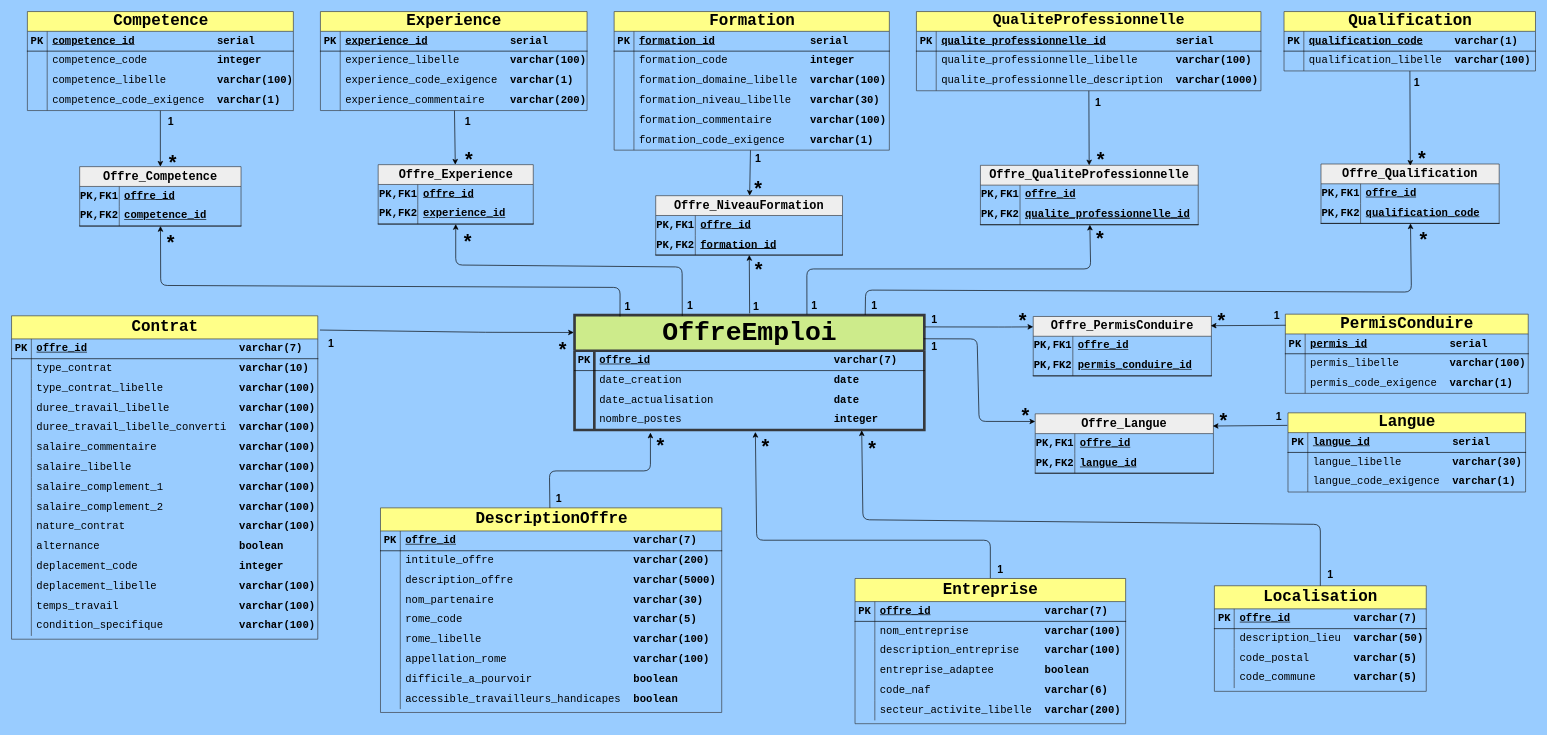
The draw.io diagram load_sql/France_Travail/UML_francetravail.drawio in vimchun/Job-Market-in-France, before the edit. Source tidied: cells renumbered, new cells numbered last; positions are measured from the earlier drawing's top-left corner, leaving out a move shared by most shapes. Both pictures are drawn from the tidied source at 66%, with x=0, y=0 at pixel (11, 11).
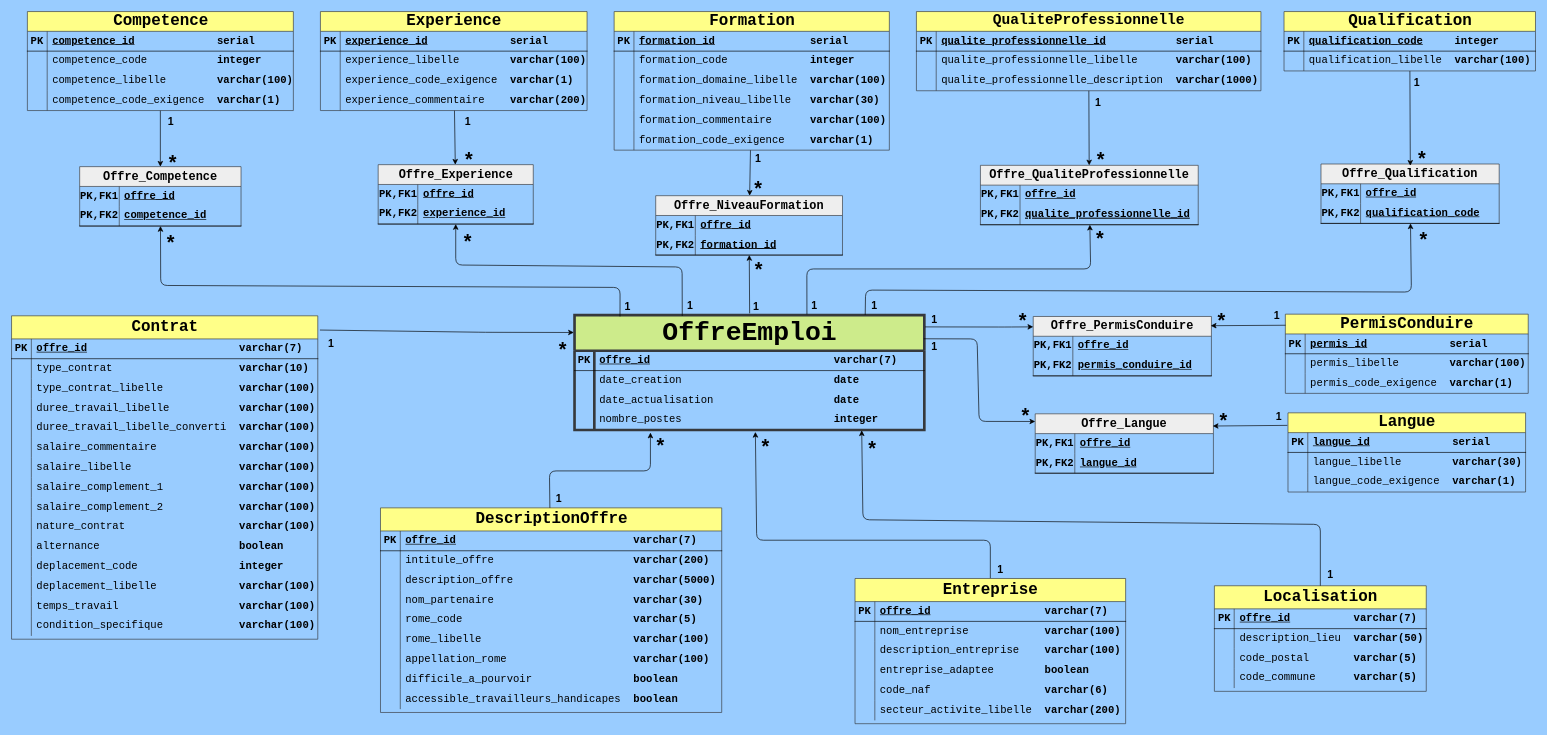
The same diagram, later.

Unchanged cells that the change refers to:
```xml
<mxCell id="97" style="shape=tableRow;horizontal=0;startSize=0;swimlaneHead=0;swimlaneBody=0;fillColor=none;top=0;left=0;right=0;bottom=1;rounded=0;fontFamily=Courier New;fontSize=16;strokeColor=#000000;" parent="96" vertex="1">
  <mxGeometry y="30" width="381" height="30" as="geometry" />
</mxCell>
```

The edit, as a diff of the source:
```diff
@@
-    <mxCell id="99" value="&lt;b&gt;&lt;u&gt;qualification_code&lt;/u&gt;&lt;/b&gt;&lt;span style=&quot;font-weight: 400;&quot;&gt;&amp;nbsp; &amp;nbsp; &amp;nbsp;&lt;/span&gt;&lt;b&gt;varchar(1)&lt;/b&gt;" style="shape=partialRectangle;fillColor=none;top=0;left=0;bottom=0;right=0;align=left;spacingLeft=6;fontStyle=1;overflow=hidden;whiteSpace=wrap;html=1;rounded=0;fontFamily=Courier New;fontSize=16;strokeColor=#000000;" parent="97" vertex="1">
+    <mxCell id="99" value="&lt;b&gt;&lt;u&gt;qualification_code&lt;/u&gt;&lt;/b&gt;&lt;span style=&quot;font-weight: 400;&quot;&gt;&amp;nbsp; &amp;nbsp; &amp;nbsp;&lt;/span&gt;&lt;b&gt;integer&lt;/b&gt;" style="shape=partialRectangle;fillColor=none;top=0;left=0;bottom=0;right=0;align=left;spacingLeft=6;fontStyle=1;overflow=hidden;whiteSpace=wrap;html=1;rounded=0;fontFamily=Courier New;fontSize=16;strokeColor=#000000;" parent="97" vertex="1">
       <mxGeometry x="30" width="351" height="30" as="geometry" />
     </mxCell>
```
